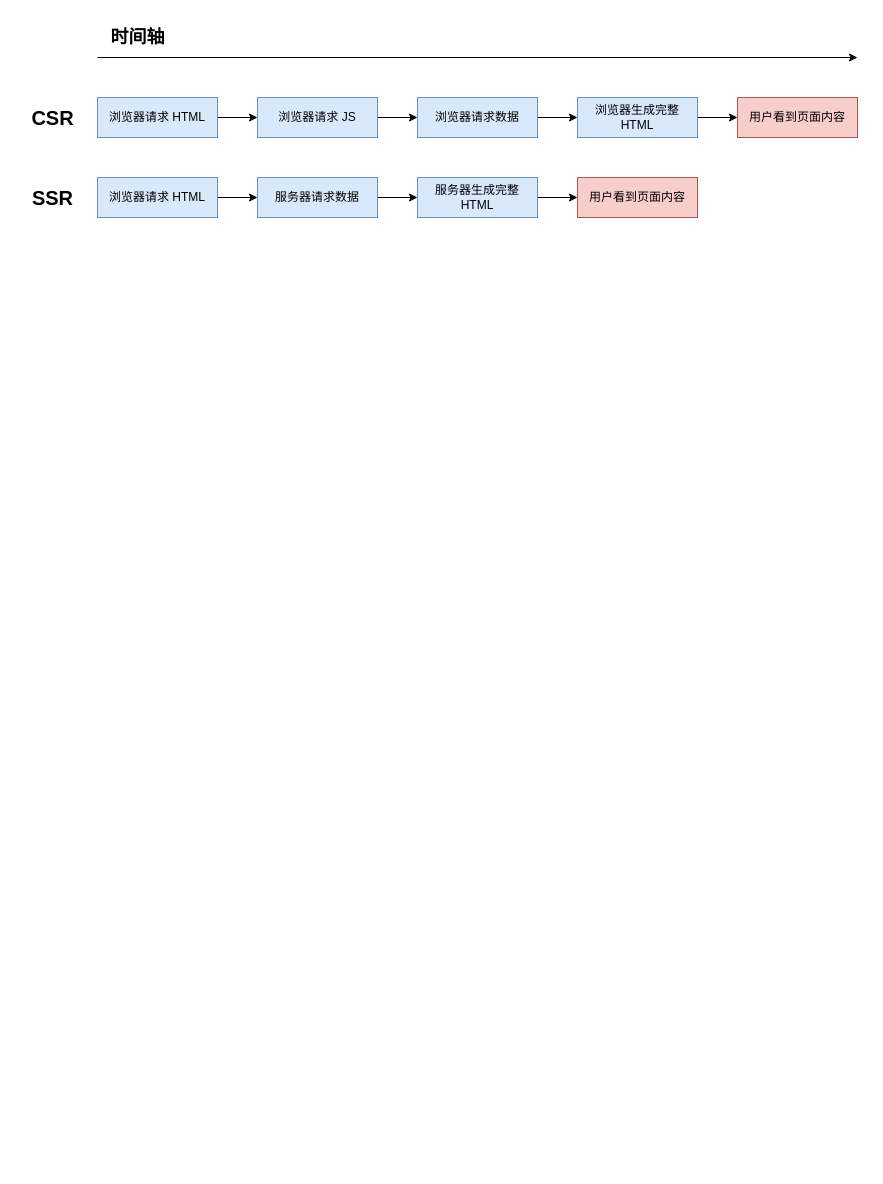
Earlier version of the draw.io diagram react/react ssr.drawio (W4yneChen/draw). Source tidied: cells renumbered, new cells numbered last; positions are measured from the earlier drawing's top-left corner, leaving out a move shared by most shapes. Both pictures are drawn from the tidied source at 100%, with x=0, y=0 at pixel (17, 17).
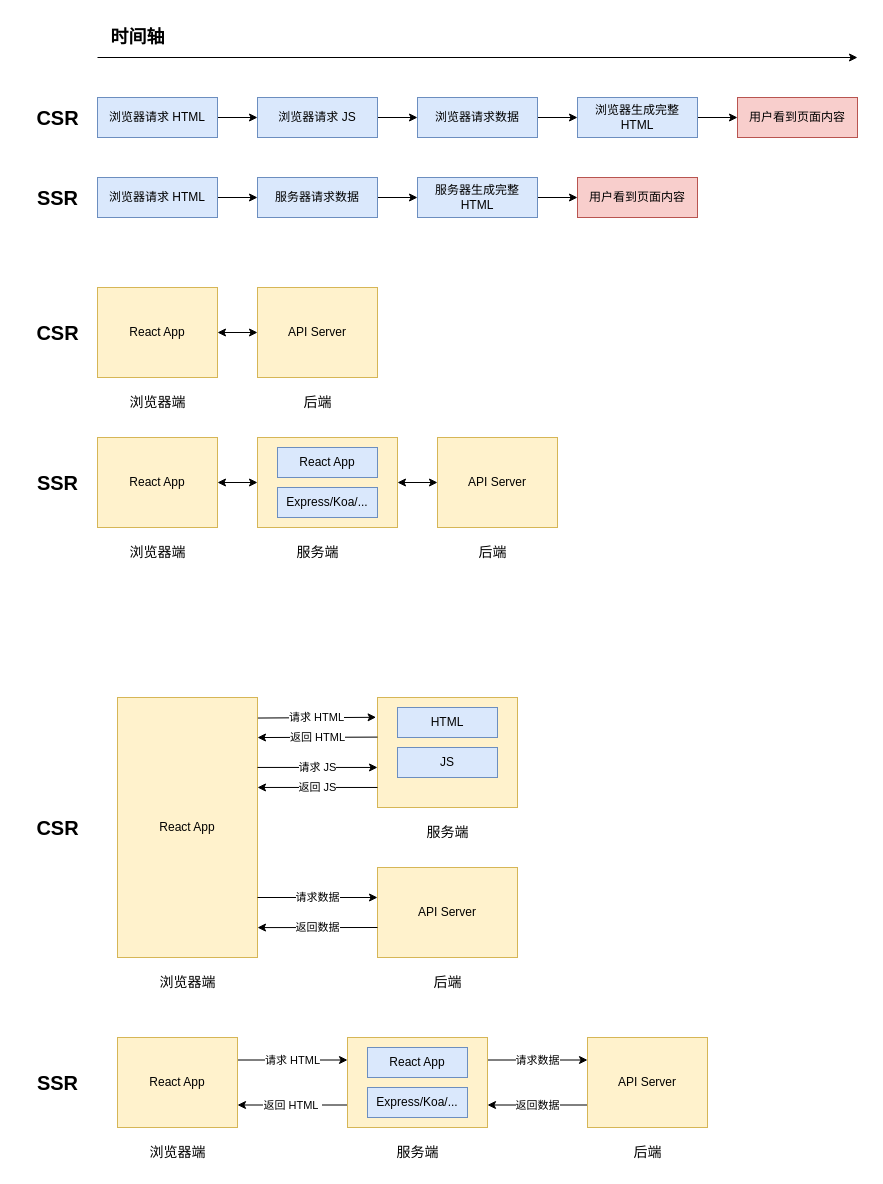
The same diagram, later.

The edit, as a diff of the source:
```diff
@@
     <mxCell id="6" value="CSR" style="text;html=1;align=center;verticalAlign=middle;strokeColor=none;fillColor=none;fontSize=20;fontStyle=1;" parent="1" vertex="1">
-      <mxGeometry y="80" width="70" height="40" as="geometry" />
+      <mxGeometry x="5" y="80" width="70" height="40" as="geometry" />
     </mxCell>
     <mxCell id="7" value="SSR" style="text;html=1;align=center;verticalAlign=middle;strokeColor=none;fillColor=none;fontSize=20;fontStyle=1;" parent="1" vertex="1">
-      <mxGeometry x="5" y="160" width="60" height="40" as="geometry" />
+      <mxGeometry x="10" y="160" width="60" height="40" as="geometry" />
     </mxCell>
@@
+    <mxCell id="22" value="CSR" style="text;html=1;align=center;verticalAlign=middle;strokeColor=none;fillColor=none;fontSize=20;fontStyle=1;" parent="1" vertex="1">
+      <mxGeometry x="5" y="295" width="70" height="40" as="geometry" />
+    </mxCell>
+    <mxCell id="23" value="SSR" style="text;html=1;align=center;verticalAlign=middle;strokeColor=none;fillColor=none;fontSize=20;fontStyle=1;" parent="1" vertex="1">
+      <mxGeometry x="10" y="445" width="60" height="40" as="geometry" />
+    </mxCell>
+    <mxCell id="24" value="React App&lt;br&gt;" style="whiteSpace=wrap;html=1;fillColor=#fff2cc;strokeColor=#d6b656;" parent="1" vertex="1">
+      <mxGeometry x="80" y="270" width="120" height="90" as="geometry" />
+    </mxCell>
+    <mxCell id="25" value="API Server" style="whiteSpace=wrap;html=1;fillColor=#fff2cc;strokeColor=#d6b656;" parent="1" vertex="1">
+      <mxGeometry x="240" y="270" width="120" height="90" as="geometry" />
+    </mxCell>
+    <mxCell id="26" value="浏览器端" style="text;html=1;align=center;verticalAlign=middle;strokeColor=none;fillColor=none;fontSize=14;" parent="1" vertex="1">
+      <mxGeometry x="100" y="370" width="80" height="30" as="geometry" />
+    </mxCell>
+    <mxCell id="27" value="后端" style="text;html=1;align=center;verticalAlign=middle;strokeColor=none;fillColor=none;fontSize=14;" parent="1" vertex="1">
+      <mxGeometry x="275" y="370" width="50" height="30" as="geometry" />
+    </mxCell>
+    <mxCell id="28" style="endArrow=classic;startArrow=classic;html=1;rounded=0;exitX=1;exitY=0.5;exitDx=0;exitDy=0;entryX=0;entryY=0.5;entryDx=0;entryDy=0;" parent="1" edge="1" source="24" target="25">
+      <mxGeometry relative="1" as="geometry" />
+    </mxCell>
+    <mxCell id="29" value="React App&lt;br&gt;" style="whiteSpace=wrap;html=1;fillColor=#fff2cc;strokeColor=#d6b656;" parent="1" vertex="1">
+      <mxGeometry x="80" y="420" width="120" height="90" as="geometry" />
+    </mxCell>
+    <mxCell id="30" value="API Server" style="whiteSpace=wrap;html=1;fillColor=#fff2cc;strokeColor=#d6b656;" parent="1" vertex="1">
+      <mxGeometry x="420" y="420" width="120" height="90" as="geometry" />
+    </mxCell>
+    <mxCell id="31" value="浏览器端" style="text;html=1;align=center;verticalAlign=middle;strokeColor=none;fillColor=none;fontSize=14;" parent="1" vertex="1">
+      <mxGeometry x="100" y="520" width="80" height="30" as="geometry" />
+    </mxCell>
+    <mxCell id="32" value="后端" style="text;html=1;align=center;verticalAlign=middle;strokeColor=none;fillColor=none;fontSize=14;" parent="1" vertex="1">
+      <mxGeometry x="450" y="520" width="50" height="30" as="geometry" />
+    </mxCell>
+    <mxCell id="33" style="whiteSpace=wrap;html=1;fillColor=#fff2cc;strokeColor=#d6b656;" parent="1" vertex="1">
+      <mxGeometry x="240" y="420" width="140" height="90" as="geometry" />
+    </mxCell>
+    <mxCell id="34" value="React App" style="rounded=0;whiteSpace=wrap;html=1;fillColor=#dae8fc;strokeColor=#6c8ebf;" parent="1" vertex="1">
+      <mxGeometry x="260" y="430" width="100" height="30" as="geometry" />
+    </mxCell>
+    <mxCell id="35" value="Express/Koa/..." style="rounded=0;whiteSpace=wrap;html=1;fillColor=#dae8fc;strokeColor=#6c8ebf;" parent="1" vertex="1">
+      <mxGeometry x="260" y="470" width="100" height="30" as="geometry" />
+    </mxCell>
+    <mxCell id="36" value="服务端" style="text;html=1;align=center;verticalAlign=middle;strokeColor=none;fillColor=none;fontSize=14;" parent="1" vertex="1">
+      <mxGeometry x="265" y="520" width="70" height="30" as="geometry" />
+    </mxCell>
+    <mxCell id="37" style="endArrow=classic;startArrow=classic;html=1;rounded=0;exitX=1;exitY=0.5;exitDx=0;exitDy=0;entryX=0;entryY=0.5;entryDx=0;entryDy=0;" parent="1" edge="1" source="29" target="33">
+      <mxGeometry relative="1" as="geometry" />
+    </mxCell>
+    <mxCell id="38" style="endArrow=classic;startArrow=classic;html=1;rounded=0;exitX=1;exitY=0.5;exitDx=0;exitDy=0;entryX=0;entryY=0.5;entryDx=0;entryDy=0;" parent="1" edge="1" source="33" target="30">
+      <mxGeometry relative="1" as="geometry" />
+    </mxCell>
+    <mxCell id="39" value="CSR" style="text;html=1;align=center;verticalAlign=middle;strokeColor=none;fillColor=none;fontSize=20;fontStyle=1;" parent="1" vertex="1">
+      <mxGeometry x="5" y="790" width="70" height="40" as="geometry" />
+    </mxCell>
+    <mxCell id="40" value="SSR" style="text;html=1;align=center;verticalAlign=middle;strokeColor=none;fillColor=none;fontSize=20;fontStyle=1;" parent="1" vertex="1">
+      <mxGeometry x="10" y="1045" width="60" height="40" as="geometry" />
+    </mxCell>
+    <mxCell id="41" value="React App&lt;br&gt;" style="whiteSpace=wrap;html=1;fillColor=#fff2cc;strokeColor=#d6b656;" parent="1" vertex="1">
+      <mxGeometry x="100" y="680" width="140" height="260" as="geometry" />
+    </mxCell>
+    <mxCell id="42" value="API Server" style="whiteSpace=wrap;html=1;fillColor=#fff2cc;strokeColor=#d6b656;" parent="1" vertex="1">
+      <mxGeometry x="360" y="850" width="140" height="90" as="geometry" />
+    </mxCell>
+    <mxCell id="43" value="浏览器端" style="text;html=1;align=center;verticalAlign=middle;strokeColor=none;fillColor=none;fontSize=14;" parent="1" vertex="1">
+      <mxGeometry x="130" y="950" width="80" height="30" as="geometry" />
+    </mxCell>
+    <mxCell id="44" value="后端" style="text;html=1;align=center;verticalAlign=middle;strokeColor=none;fillColor=none;fontSize=14;" parent="1" vertex="1">
+      <mxGeometry x="405" y="950" width="50" height="30" as="geometry" />
+    </mxCell>
+    <mxCell id="45" value="请求 HTML" style="edgeStyle=orthogonalEdgeStyle;rounded=0;jettySize=auto;html=1;exitX=1;exitY=0.25;exitDx=0;exitDy=0;entryX=0;entryY=0.25;entryDx=0;entryDy=0;" parent="1" edge="1" source="46" target="53">
+      <mxGeometry relative="1" as="geometry" />
+    </mxCell>
+    <mxCell id="46" value="React App&lt;br&gt;" style="whiteSpace=wrap;html=1;fillColor=#fff2cc;strokeColor=#d6b656;" parent="1" vertex="1">
+      <mxGeometry x="100" y="1020" width="120" height="90" as="geometry" />
+    </mxCell>
+    <mxCell id="47" value="返回数据" style="edgeStyle=orthogonalEdgeStyle;rounded=0;jettySize=auto;html=1;exitX=0;exitY=0.75;exitDx=0;exitDy=0;entryX=1;entryY=0.75;entryDx=0;entryDy=0;" parent="1" edge="1" source="48" target="53">
+      <mxGeometry relative="1" as="geometry" />
+    </mxCell>
+    <mxCell id="48" value="API Server" style="whiteSpace=wrap;html=1;fillColor=#fff2cc;strokeColor=#d6b656;" parent="1" vertex="1">
+      <mxGeometry x="570" y="1020" width="120" height="90" as="geometry" />
+    </mxCell>
+    <mxCell id="49" value="浏览器端" style="text;html=1;align=center;verticalAlign=middle;strokeColor=none;fillColor=none;fontSize=14;" parent="1" vertex="1">
+      <mxGeometry x="120" y="1120" width="80" height="30" as="geometry" />
+    </mxCell>
+    <mxCell id="50" value="后端" style="text;html=1;align=center;verticalAlign=middle;strokeColor=none;fillColor=none;fontSize=14;" parent="1" vertex="1">
+      <mxGeometry x="605" y="1120" width="50" height="30" as="geometry" />
+    </mxCell>
+    <mxCell id="51" value="返回 HTML&amp;nbsp;" style="edgeStyle=orthogonalEdgeStyle;rounded=0;jettySize=auto;html=1;exitX=0;exitY=0.75;exitDx=0;exitDy=0;entryX=1;entryY=0.75;entryDx=0;entryDy=0;" parent="1" edge="1" source="53" target="46">
+      <mxGeometry relative="1" as="geometry" />
+    </mxCell>
+    <mxCell id="52" value="请求数据" style="edgeStyle=orthogonalEdgeStyle;rounded=0;jettySize=auto;html=1;exitX=1;exitY=0.25;exitDx=0;exitDy=0;entryX=0;entryY=0.25;entryDx=0;entryDy=0;" parent="1" edge="1" source="53" target="48">
+      <mxGeometry relative="1" as="geometry" />
+    </mxCell>
+    <mxCell id="53" style="whiteSpace=wrap;html=1;fillColor=#fff2cc;strokeColor=#d6b656;" parent="1" vertex="1">
+      <mxGeometry x="330" y="1020" width="140" height="90" as="geometry" />
+    </mxCell>
+    <mxCell id="54" value="React App" style="rounded=0;whiteSpace=wrap;html=1;fillColor=#dae8fc;strokeColor=#6c8ebf;" parent="1" vertex="1">
+      <mxGeometry x="350" y="1030" width="100" height="30" as="geometry" />
+    </mxCell>
+    <mxCell id="55" value="Express/Koa/..." style="rounded=0;whiteSpace=wrap;html=1;fillColor=#dae8fc;strokeColor=#6c8ebf;" parent="1" vertex="1">
+      <mxGeometry x="350" y="1070" width="100" height="30" as="geometry" />
+    </mxCell>
+    <mxCell id="56" value="服务端" style="text;html=1;align=center;verticalAlign=middle;strokeColor=none;fillColor=none;fontSize=14;" parent="1" vertex="1">
+      <mxGeometry x="365" y="1120" width="70" height="30" as="geometry" />
+    </mxCell>
+    <mxCell id="57" style="whiteSpace=wrap;html=1;fillColor=#fff2cc;strokeColor=#d6b656;" parent="1" vertex="1">
+      <mxGeometry x="360" y="680" width="140" height="110" as="geometry" />
+    </mxCell>
+    <mxCell id="58" value="HTML" style="rounded=0;whiteSpace=wrap;html=1;fillColor=#dae8fc;strokeColor=#6c8ebf;" parent="1" vertex="1">
+      <mxGeometry x="380" y="690" width="100" height="30" as="geometry" />
+    </mxCell>
+    <mxCell id="59" value="JS" style="rounded=0;whiteSpace=wrap;html=1;fillColor=#dae8fc;strokeColor=#6c8ebf;" parent="1" vertex="1">
+      <mxGeometry x="380" y="730" width="100" height="30" as="geometry" />
+    </mxCell>
+    <mxCell id="60" value="服务端" style="text;html=1;align=center;verticalAlign=middle;strokeColor=none;fillColor=none;fontSize=14;" parent="1" vertex="1">
+      <mxGeometry x="395" y="800" width="70" height="30" as="geometry" />
+    </mxCell>
+    <mxCell id="61" value="请求 HTML" style="endArrow=classic;html=1;rounded=0;exitX=1.003;exitY=0.079;exitDx=0;exitDy=0;exitPerimeter=0;entryX=-0.01;entryY=0.18;entryDx=0;entryDy=0;entryPerimeter=0;" parent="1" edge="1" source="41" target="57">
+      <mxGeometry relative="1" as="geometry" />
+    </mxCell>
+    <mxCell id="62" value="返回 HTML" style="endArrow=classic;html=1;rounded=0;exitX=0;exitY=0.36;exitDx=0;exitDy=0;exitPerimeter=0;entryX=1;entryY=0.154;entryDx=0;entryDy=0;entryPerimeter=0;" parent="1" edge="1" source="57" target="41">
+      <mxGeometry relative="1" as="geometry" />
+    </mxCell>
+    <mxCell id="63" value="请求 JS" style="endArrow=classic;html=1;rounded=0;exitX=1;exitY=0.269;exitDx=0;exitDy=0;exitPerimeter=0;entryX=0;entryY=0.636;entryDx=0;entryDy=0;entryPerimeter=0;" parent="1" edge="1" source="41" target="57">
+      <mxGeometry relative="1" as="geometry" />
+    </mxCell>
+    <mxCell id="64" value="返回 JS" style="endArrow=classic;html=1;rounded=0;exitX=0;exitY=0.818;exitDx=0;exitDy=0;exitPerimeter=0;entryX=1;entryY=0.346;entryDx=0;entryDy=0;entryPerimeter=0;" parent="1" edge="1" source="57" target="41">
+      <mxGeometry relative="1" as="geometry" />
+    </mxCell>
+    <mxCell id="65" value="请求数据" style="endArrow=classic;html=1;rounded=0;entryX=-0.01;entryY=0.18;entryDx=0;entryDy=0;entryPerimeter=0;" parent="1" edge="1">
+      <mxGeometry relative="1" as="geometry">
+        <mxPoint x="240" y="880" as="sourcePoint" />
+        <mxPoint x="360" y="880" as="targetPoint" />
+      </mxGeometry>
+    </mxCell>
+    <mxCell id="66" value="返回数据" style="endArrow=classic;html=1;rounded=0;exitX=0;exitY=0.818;exitDx=0;exitDy=0;exitPerimeter=0;entryX=1;entryY=0.885;entryDx=0;entryDy=0;entryPerimeter=0;" parent="1" edge="1" target="41">
+      <mxGeometry relative="1" as="geometry">
+        <mxPoint x="360" y="910" as="sourcePoint" />
+      </mxGeometry>
+    </mxCell>
```
